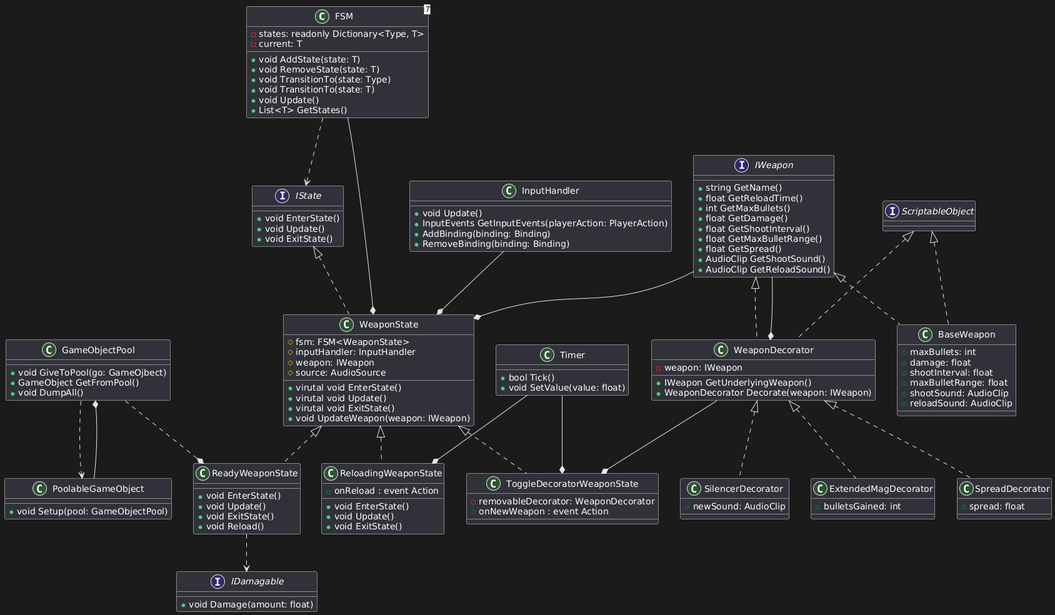
Above: image.png in Dan-Mechanics/DesignPatterns (PlantUML), before the change.
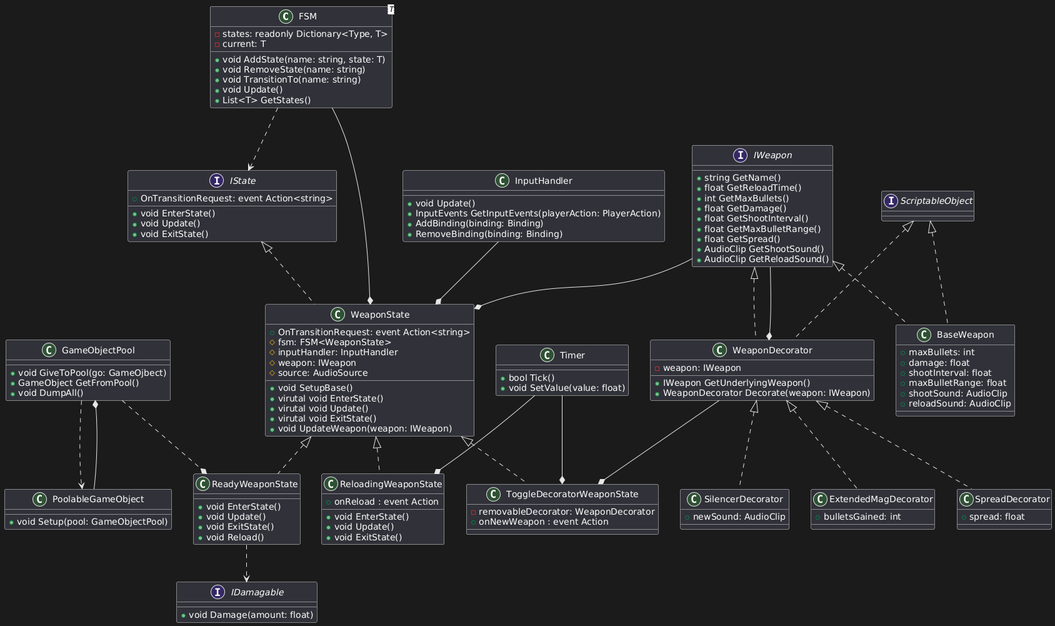
The same diagram one commit later.

Diff of the diagram source:
```diff
@@ -3,10 +3,9 @@
 {
     - states: readonly Dictionary<Type, T>
     -current: T
-    + void AddState(state: T)
-    + void RemoveState(state: T)
-    + void TransitionTo(state: Type)
-    + void TransitionTo(state: T)
+    + void AddState(name: string, state: T)
+    + void RemoveState(name: string)
+    + void TransitionTo(name: string)
     + void Update()
     + List<T> GetStates()
 }
@@ -18,6 +17,7 @@
 
 interface IState
 {
+    + OnTransitionRequest: event Action<string>
     + void EnterState()
     + void Update()
     + void ExitState()
@@ -38,10 +38,12 @@
 
 class WeaponState implements IState
 {
+    + OnTransitionRequest: event Action<string>
     # fsm: FSM<WeaponState>
     # inputHandler: InputHandler
     # weapon: IWeapon
     # source: AudioSource
+    + void SetupBase()
     + virutal void EnterState()
     + virutal void Update()
     + virutal void ExitState()
```
